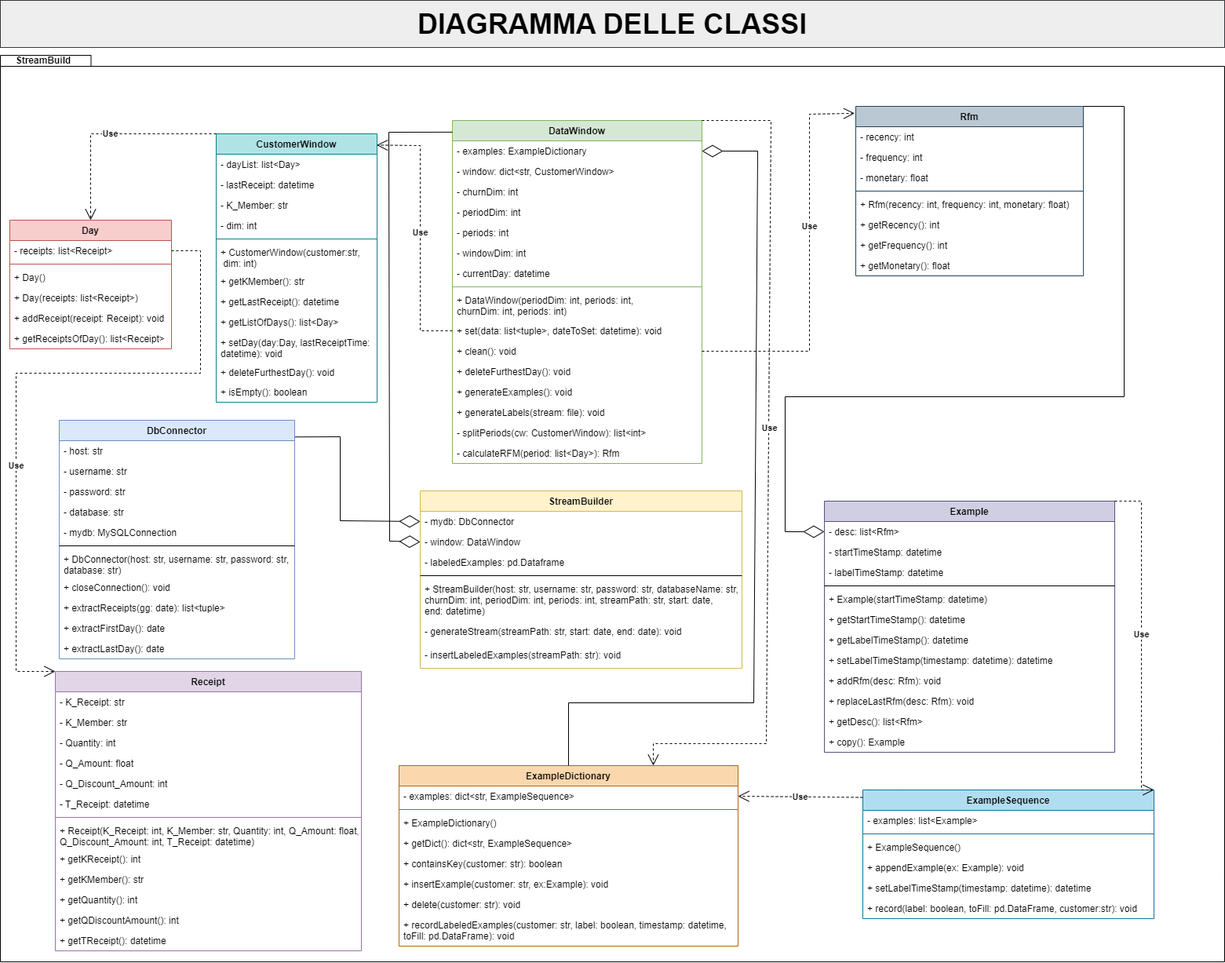
The draw.io diagram resources/Diagramma delle Classi.drawio.png in fralaw/rfm_stream_builder, before a commit. Source tidied: cells renumbered, new cells last; positions are measured from the earlier drawing's top-left corner, leaving out a move shared by most shapes.
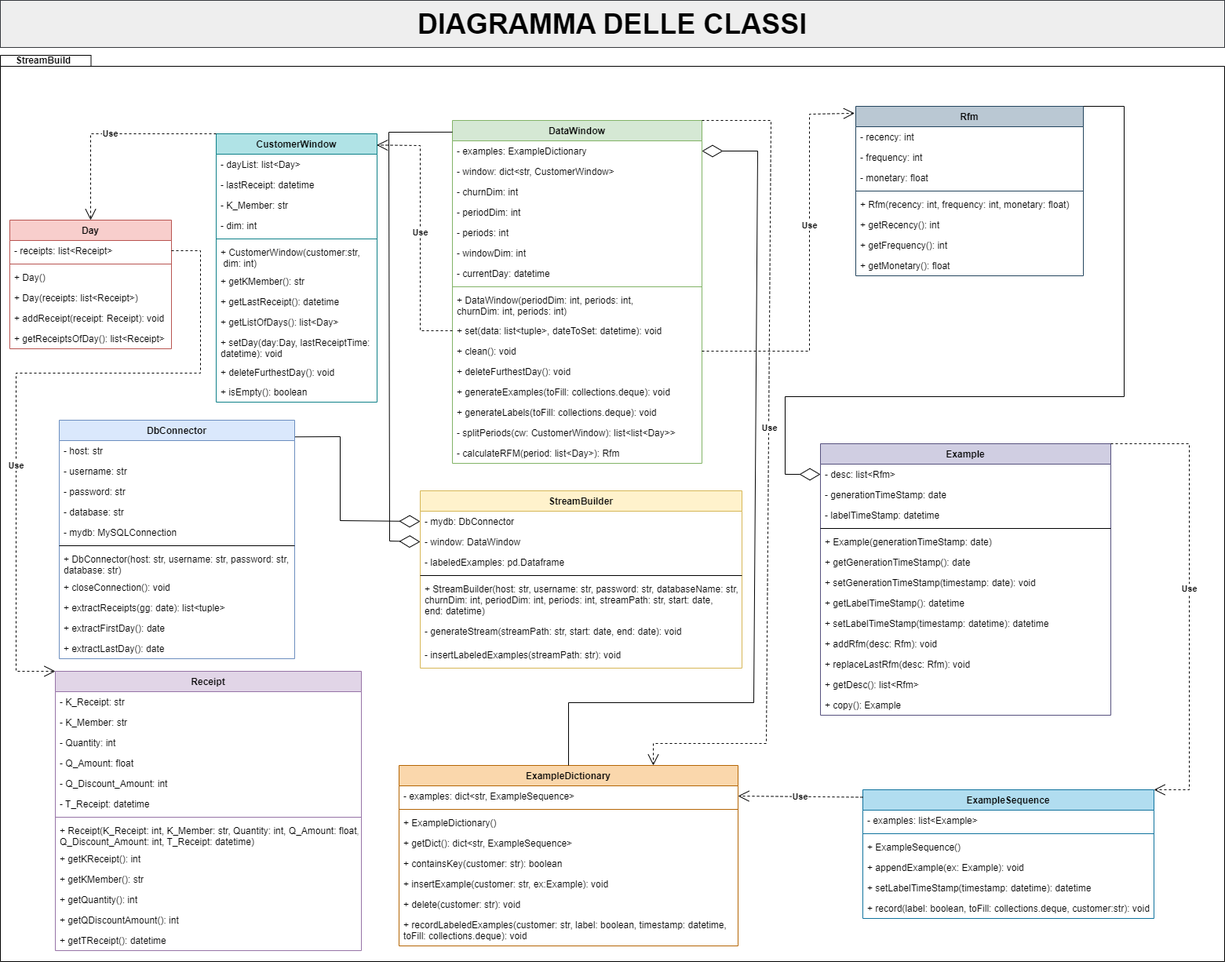
Above is the later version.

What changed in the source:
```diff
@@ -66,12 +66,12 @@
       <mxGeometry y="196" width="410" height="30" as="geometry" />
     </mxCell>
     <mxCell id="23" value="Example" style="swimlane;fontStyle=1;align=center;verticalAlign=top;horizontal=1;startSize=26;rounded=0;shadow=0;strokeWidth=1;fillColor=#d0cee2;strokeColor=#56517e;" parent="1" vertex="1">
-      <mxGeometry x="1050" y="638" width="370" height="320" as="geometry" />
+      <mxGeometry x="1045" y="565" width="370" height="346" as="geometry" />
     </mxCell>
     <mxCell id="24" value="- desc: list&lt;Rfm&gt;" style="text;align=left;verticalAlign=top;spacingLeft=4;spacingRight=4;overflow=hidden;points=[[0,0.5],[1,0.5]];portConstraint=eastwest;" parent="23" vertex="1">
       <mxGeometry y="26" width="370" height="26" as="geometry" />
     </mxCell>
-    <mxCell id="25" value="- startTimeStamp: datetime" style="text;align=left;verticalAlign=top;spacingLeft=4;spacingRight=4;overflow=hidden;" parent="23" vertex="1">
+    <mxCell id="25" value="- generationTimeStamp: date" style="text;align=left;verticalAlign=top;spacingLeft=4;spacingRight=4;overflow=hidden;" parent="23" vertex="1">
       <mxGeometry y="52" width="370" height="26" as="geometry" />
     </mxCell>
     <mxCell id="26" value="- labelTimeStamp: datetime" style="text;align=left;verticalAlign=top;spacingLeft=4;spacingRight=4;overflow=hidden;" parent="23" vertex="1">
@@ -80,29 +80,32 @@
     <mxCell id="27" style="line;html=1;strokeWidth=1;align=left;verticalAlign=middle;spacingTop=-1;spacingLeft=3;spacingRight=3;labelPosition=right;" parent="23" vertex="1">
       <mxGeometry y="104" width="370" height="8" as="geometry" />
     </mxCell>
-    <mxCell id="28" value="+ Example(startTimeStamp: datetime)" style="text;align=left;verticalAlign=top;spacingLeft=4;spacingRight=4;overflow=hidden;" parent="23" vertex="1">
+    <mxCell id="28" value="+ Example(generationTimeStamp: date)" style="text;align=left;verticalAlign=top;spacingLeft=4;spacingRight=4;overflow=hidden;" parent="23" vertex="1">
       <mxGeometry y="112" width="370" height="26" as="geometry" />
     </mxCell>
-    <mxCell id="29" value="+ getStartTimeStamp(): datetime" style="text;align=left;verticalAlign=top;spacingLeft=4;spacingRight=4;overflow=hidden;" parent="23" vertex="1">
+    <mxCell id="29" value="+ getGenerationTimeStamp(): date" style="text;align=left;verticalAlign=top;spacingLeft=4;spacingRight=4;overflow=hidden;" parent="23" vertex="1">
       <mxGeometry y="138" width="370" height="26" as="geometry" />
     </mxCell>
+    <mxCell id="125" value="+ setGenerationTimeStamp(timestamp: date): void" style="text;align=left;verticalAlign=top;spacingLeft=4;spacingRight=4;overflow=hidden;" parent="23" vertex="1">
+      <mxGeometry y="164" width="370" height="26" as="geometry" />
+    </mxCell>
     <mxCell id="30" value="+ getLabelTimeStamp(): datetime" style="text;align=left;verticalAlign=top;spacingLeft=4;spacingRight=4;overflow=hidden;" parent="23" vertex="1">
-      <mxGeometry y="164" width="370" height="26" as="geometry" />
+      <mxGeometry y="190" width="370" height="26" as="geometry" />
     </mxCell>
     <mxCell id="31" value="+ setLabelTimeStamp(timestamp: datetime): datetime" style="text;align=left;verticalAlign=top;spacingLeft=4;spacingRight=4;overflow=hidden;" parent="23" vertex="1">
-      <mxGeometry y="190" width="370" height="26" as="geometry" />
+      <mxGeometry y="216" width="370" height="26" as="geometry" />
     </mxCell>
     <mxCell id="32" value="+ addRfm(desc: Rfm): void" style="text;align=left;verticalAlign=top;spacingLeft=4;spacingRight=4;overflow=hidden;" parent="23" vertex="1">
-      <mxGeometry y="216" width="370" height="26" as="geometry" />
+      <mxGeometry y="242" width="370" height="26" as="geometry" />
     </mxCell>
     <mxCell id="33" value="+ replaceLastRfm(desc: Rfm): void" style="text;align=left;verticalAlign=top;spacingLeft=4;spacingRight=4;overflow=hidden;" parent="23" vertex="1">
-      <mxGeometry y="242" width="370" height="26" as="geometry" />
+      <mxGeometry y="268" width="370" height="26" as="geometry" />
     </mxCell>
     <mxCell id="34" value="+ getDesc(): list&lt;Rfm&gt;" style="text;align=left;verticalAlign=top;spacingLeft=4;spacingRight=4;overflow=hidden;" parent="23" vertex="1">
-      <mxGeometry y="268" width="370" height="26" as="geometry" />
+      <mxGeometry y="294" width="370" height="26" as="geometry" />
     </mxCell>
     <mxCell id="35" value="+ copy(): Example" style="text;align=left;verticalAlign=top;spacingLeft=4;spacingRight=4;overflow=hidden;" parent="23" vertex="1">
-      <mxGeometry y="294" width="370" height="26" as="geometry" />
+      <mxGeometry y="320" width="370" height="26" as="geometry" />
     </mxCell>
     <mxCell id="36" value="Rfm" style="swimlane;fontStyle=1;align=center;verticalAlign=top;horizontal=1;startSize=26;strokeColor=#23445d;fillColor=#bac8d3;" parent="1" vertex="1">
       <mxGeometry x="1090" y="135" width="290" height="216" as="geometry" />
@@ -176,13 +179,13 @@
     <mxCell id="59" value="+ deleteFurthestDay(): void" style="text;align=left;verticalAlign=top;spacingLeft=4;spacingRight=4;overflow=hidden;" parent="47" vertex="1">
       <mxGeometry y="307" width="318" height="26" as="geometry" />
     </mxCell>
-    <mxCell id="60" value="+ generateExamples(): void" style="text;strokeColor=none;fillColor=none;align=left;verticalAlign=top;spacingLeft=4;spacingRight=4;overflow=hidden;" parent="47" vertex="1">
+    <mxCell id="60" value="+ generateExamples(toFill: collections.deque): void" style="text;strokeColor=none;fillColor=none;align=left;verticalAlign=top;spacingLeft=4;spacingRight=4;overflow=hidden;" parent="47" vertex="1">
       <mxGeometry y="333" width="318" height="26" as="geometry" />
     </mxCell>
-    <mxCell id="61" value="+ generateLabels(stream: file): void" style="text;strokeColor=none;fillColor=none;align=left;verticalAlign=top;spacingLeft=4;spacingRight=4;overflow=hidden;" parent="47" vertex="1">
+    <mxCell id="61" value="+ generateLabels(toFill: collections.deque): void" style="text;strokeColor=none;fillColor=none;align=left;verticalAlign=top;spacingLeft=4;spacingRight=4;overflow=hidden;" parent="47" vertex="1">
       <mxGeometry y="359" width="318" height="26" as="geometry" />
     </mxCell>
-    <mxCell id="62" value="- splitPeriods(cw: CustomerWindow): list&lt;int&gt;" style="text;strokeColor=none;fillColor=none;align=left;verticalAlign=top;spacingLeft=4;spacingRight=4;overflow=hidden;" parent="47" vertex="1">
+    <mxCell id="62" value="- splitPeriods(cw: CustomerWindow): list&lt;list&lt;Day&gt;&gt;" style="text;strokeColor=none;fillColor=none;align=left;verticalAlign=top;spacingLeft=4;spacingRight=4;overflow=hidden;" parent="47" vertex="1">
       <mxGeometry y="385" width="318" height="26" as="geometry" />
     </mxCell>
     <mxCell id="63" value="- calculateRFM(period: list&lt;Day&gt;): Rfm" style="text;strokeColor=none;fillColor=none;align=left;verticalAlign=top;spacingLeft=4;spacingRight=4;overflow=hidden;" parent="47" vertex="1">
@@ -212,7 +215,7 @@
     <mxCell id="71" value="+ delete(customer: str): void" style="text;strokeColor=none;fillColor=none;align=left;verticalAlign=top;spacingLeft=4;spacingRight=4;overflow=hidden;" parent="64" vertex="1">
       <mxGeometry y="164" width="432" height="26" as="geometry" />
     </mxCell>
-    <mxCell id="72" value="+ recordLabeledExamples(customer: str, label: boolean, timestamp: datetime, &#10;toFill: pd.DataFrame): void" style="text;strokeColor=none;fillColor=none;align=left;verticalAlign=top;spacingLeft=4;spacingRight=4;overflow=hidden;" parent="64" vertex="1">
+    <mxCell id="72" value="+ recordLabeledExamples(customer: str, label: boolean, timestamp: datetime, &#10;toFill: collections.deque): void" style="text;strokeColor=none;fillColor=none;align=left;verticalAlign=top;spacingLeft=4;spacingRight=4;overflow=hidden;" parent="64" vertex="1">
       <mxGeometry y="190" width="432" height="40" as="geometry" />
     </mxCell>
     <mxCell id="73" value="ExampleSequence" style="swimlane;fontStyle=1;align=center;verticalAlign=top;horizontal=1;startSize=26;strokeColor=#10739e;fillColor=#b1ddf0;" parent="1" vertex="1">
@@ -233,7 +236,7 @@
     <mxCell id="78" value="+ setLabelTimeStamp(timestamp: datetime): datetime" style="text;strokeColor=none;fillColor=none;align=left;verticalAlign=top;spacingLeft=4;spacingRight=4;overflow=hidden;" parent="73" vertex="1">
       <mxGeometry y="112" width="371" height="26" as="geometry" />
     </mxCell>
-    <mxCell id="79" value="+ record(label: boolean, toFill: pd.DataFrame, customer:str): void" style="text;strokeColor=none;fillColor=none;align=left;verticalAlign=top;spacingLeft=4;spacingRight=4;overflow=hidden;" parent="73" vertex="1">
+    <mxCell id="79" value="+ record(label: boolean, toFill: collections.deque, customer:str): void" style="text;strokeColor=none;fillColor=none;align=left;verticalAlign=top;spacingLeft=4;spacingRight=4;overflow=hidden;" parent="73" vertex="1">
       <mxGeometry y="138" width="371" height="26" as="geometry" />
     </mxCell>
     <mxCell id="80" style="endArrow=diamondThin;endFill=0;endSize=24;html=1;rounded=0;exitX=0;exitY=0.034;exitDx=0;exitDy=0;exitPerimeter=0;entryX=0;entryY=0.5;entryDx=0;entryDy=0;" parent="1" edge="1" source="47" target="17">
@@ -301,7 +304,7 @@
           <mxPoint x="1432" y="135" />
           <mxPoint x="1432" y="505" />
           <mxPoint x="1000" y="505" />
-          <mxPoint x="1000" y="677" />
+          <mxPoint x="1000" y="604" />
         </Array>
       </mxGeometry>
     </mxCell>
@@ -409,8 +412,8 @@
     <mxCell id="122" value="&lt;b&gt;Use&lt;/b&gt;" style="endArrow=open;endSize=12;dashed=1;html=1;rounded=0;entryX=1;entryY=0;entryDx=0;entryDy=0;exitX=1;exitY=0;exitDx=0;exitDy=0;" parent="1" edge="1" source="23" target="73">
       <mxGeometry x="-0.03" relative="1" as="geometry">
         <Array as="points">
-          <mxPoint x="1454" y="638" />
-          <mxPoint x="1454" y="1006" />
+          <mxPoint x="1515" y="565" />
+          <mxPoint x="1515" y="1006" />
         </Array>
       </mxGeometry>
     </mxCell>
```
